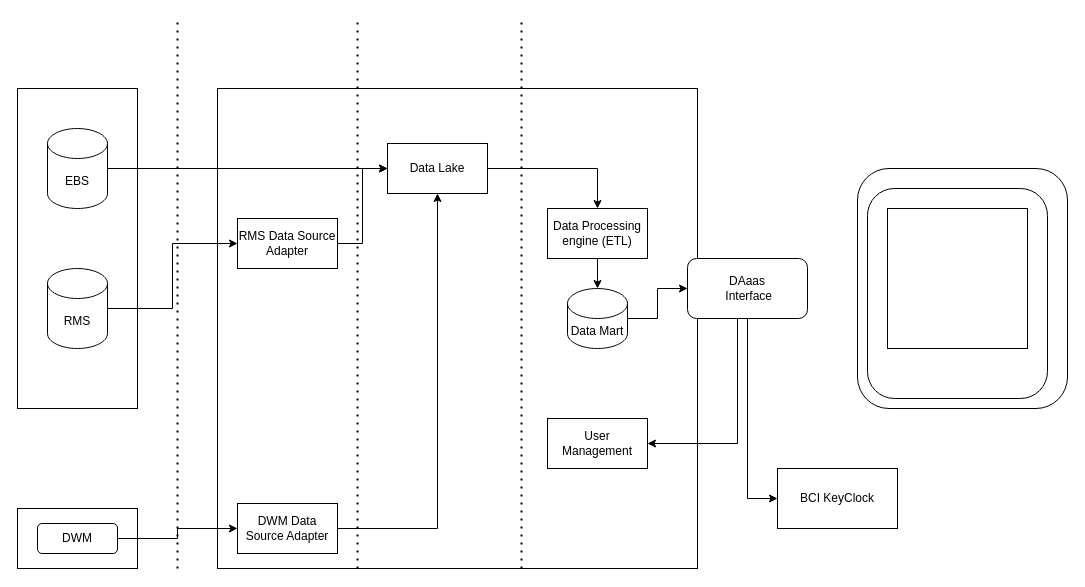
Above: Insights_App_Architecture.drawio in jayachandranjg/architecture (draw.io), before the change. Source tidied: cells renumbered, new cells numbered last; positions are measured from the earlier drawing's top-left corner, leaving out a move shared by most shapes. Both pictures are drawn from the tidied source at 100%, with x=0, y=0 at pixel (17, 18).
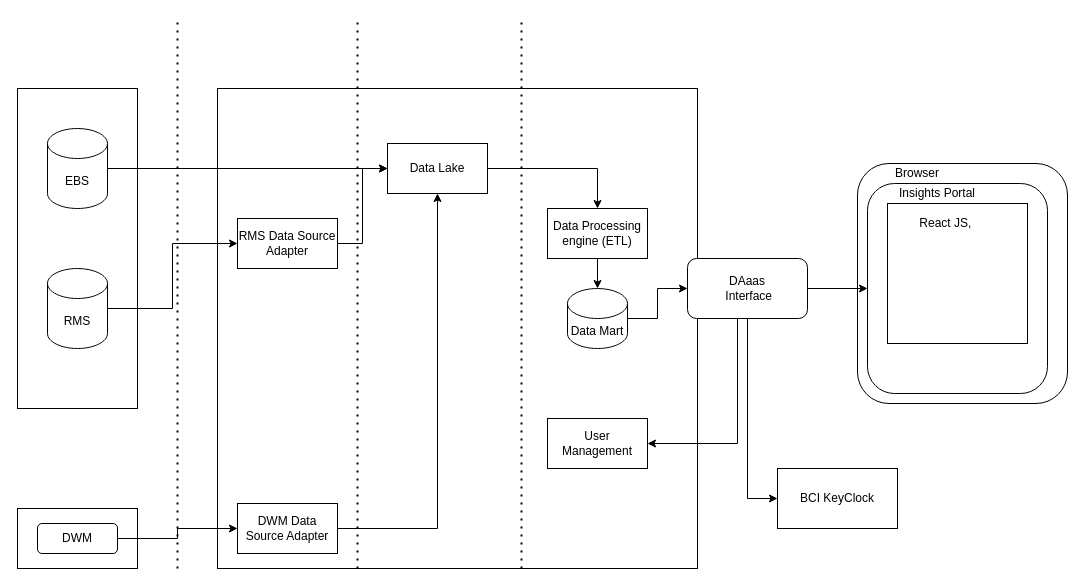
The same diagram, later.

The change refers to these unchanged cells:
```xml
<mxCell id="27" value="DAaas&lt;br&gt;&amp;nbsp;Interface" style="rounded=1;whiteSpace=wrap;html=1;" parent="1" vertex="1">
  <mxGeometry x="670" y="240" width="120" height="60" as="geometry" />
</mxCell>
```

What changed in the source:
```diff
@@
     <mxCell id="29" style="rounded=1;whiteSpace=wrap;html=1;" parent="1" vertex="1">
-      <mxGeometry x="840" y="150" width="210" height="240" as="geometry" />
+      <mxGeometry x="840" y="145" width="210" height="240" as="geometry" />
     </mxCell>
     <mxCell id="30" style="rounded=1;whiteSpace=wrap;html=1;" parent="1" vertex="1">
-      <mxGeometry x="850" y="170" width="180" height="210" as="geometry" />
+      <mxGeometry x="850" y="165" width="180" height="210" as="geometry" />
     </mxCell>
     <mxCell id="31" style="whiteSpace=wrap;html=1;" parent="1" vertex="1">
-      <mxGeometry x="870" y="190" width="140" height="140" as="geometry" />
+      <mxGeometry x="870" y="185" width="140" height="140" as="geometry" />
     </mxCell>
+    <mxCell id="32" value="Browser" style="text;html=1;strokeColor=none;fillColor=none;align=center;verticalAlign=middle;whiteSpace=wrap;rounded=0;" parent="1" vertex="1">
+      <mxGeometry x="870" y="140" width="60" height="30" as="geometry" />
+    </mxCell>
+    <mxCell id="33" value="Insights Portal" style="text;html=1;strokeColor=none;fillColor=none;align=center;verticalAlign=middle;whiteSpace=wrap;rounded=0;" parent="1" vertex="1">
+      <mxGeometry x="870" y="165" width="100" height="20" as="geometry" />
+    </mxCell>
+    <mxCell id="34" value="React JS,&amp;nbsp;" style="text;html=1;strokeColor=none;fillColor=none;align=center;verticalAlign=middle;whiteSpace=wrap;rounded=0;" parent="1" vertex="1">
+      <mxGeometry x="880" y="195" width="100" height="20" as="geometry" />
+    </mxCell>
+    <mxCell id="35" style="edgeStyle=orthogonalEdgeStyle;rounded=0;jettySize=auto;html=1;entryX=0;entryY=0.5;entryDx=0;entryDy=0;" parent="1" edge="1" source="27" target="30">
+      <mxGeometry relative="1" as="geometry" />
+    </mxCell>
```
